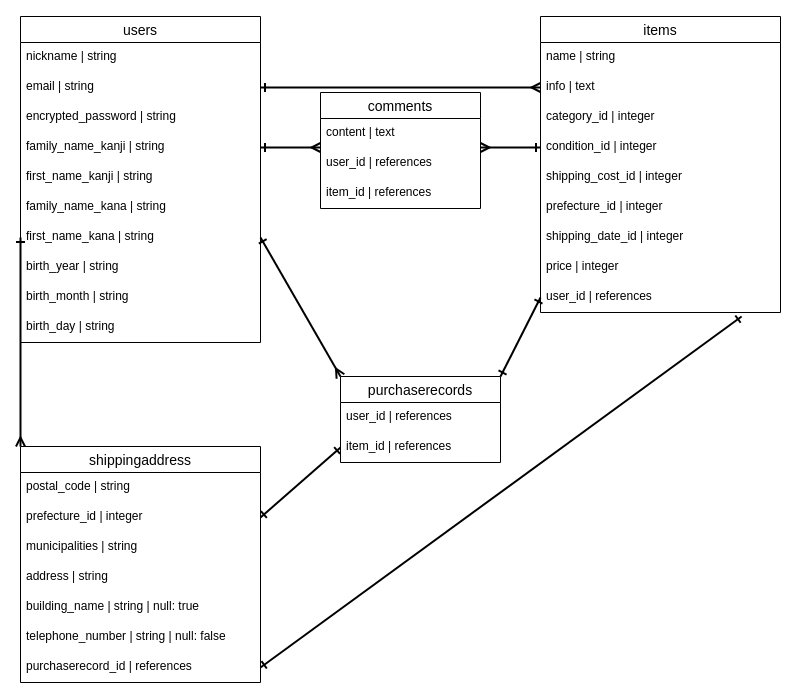
Before: ER.dio in yman0784/furima-38596, a draw.io diagram. Source tidied: cells renumbered, new cells numbered last; positions are measured from the earlier drawing's top-left corner, leaving out a move shared by most shapes. Both pictures are drawn from the tidied source at 100%, with x=0, y=0 at pixel (20, 16).
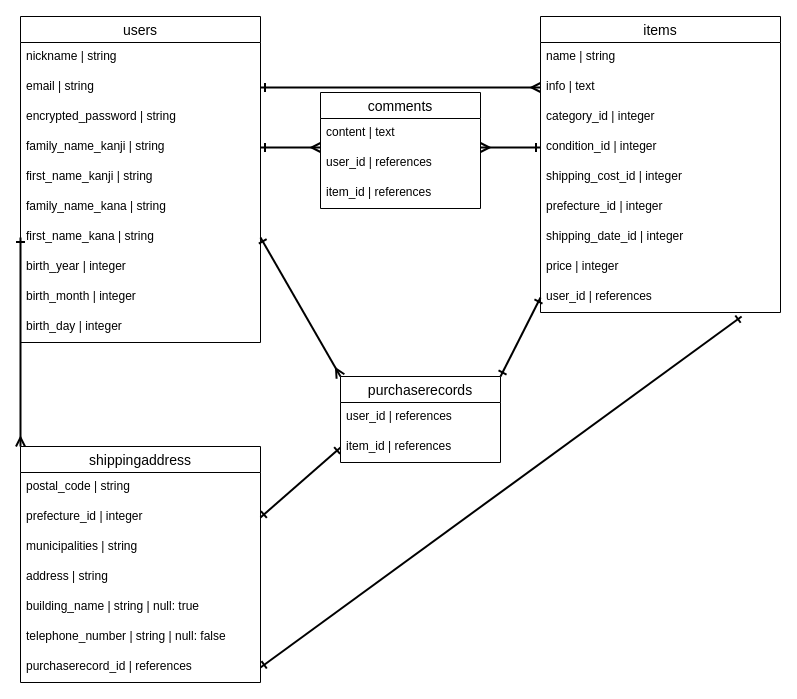
The same page after the edit.

Unchanged cells that the change refers to:
```xml
<mxCell id="2" value="users" style="swimlane;fontStyle=0;horizontal=1;startSize=26;align=center;fontSize=14;" parent="1" vertex="1">
  <mxGeometry width="240" height="326" as="geometry" />
</mxCell>
```

Change to the diagram source:
```diff
@@
-    <mxCell id="10" value="birth_year         | string" style="text;strokeColor=none;fillColor=none;spacingLeft=4;spacingRight=4;overflow=hidden;fontSize=12;" parent="2" vertex="1">
+    <mxCell id="10" value="birth_year         | integer" style="text;strokeColor=none;fillColor=none;spacingLeft=4;spacingRight=4;overflow=hidden;fontSize=12;" parent="2" vertex="1">
       <mxGeometry y="236" width="240" height="30" as="geometry" />
     </mxCell>
-    <mxCell id="11" value="birth_month        | string" style="text;strokeColor=none;fillColor=none;spacingLeft=4;spacingRight=4;overflow=hidden;fontSize=12;" parent="2" vertex="1">
+    <mxCell id="11" value="birth_month        | integer" style="text;strokeColor=none;fillColor=none;spacingLeft=4;spacingRight=4;overflow=hidden;fontSize=12;" parent="2" vertex="1">
       <mxGeometry y="266" width="240" height="30" as="geometry" />
     </mxCell>
-    <mxCell id="12" value="birth_day          | string" style="text;strokeColor=none;fillColor=none;spacingLeft=4;spacingRight=4;overflow=hidden;fontSize=12;" parent="2" vertex="1">
+    <mxCell id="12" value="birth_day          | integer" style="text;strokeColor=none;fillColor=none;spacingLeft=4;spacingRight=4;overflow=hidden;fontSize=12;" parent="2" vertex="1">
       <mxGeometry y="296" width="240" height="30" as="geometry" />
     </mxCell>
```
